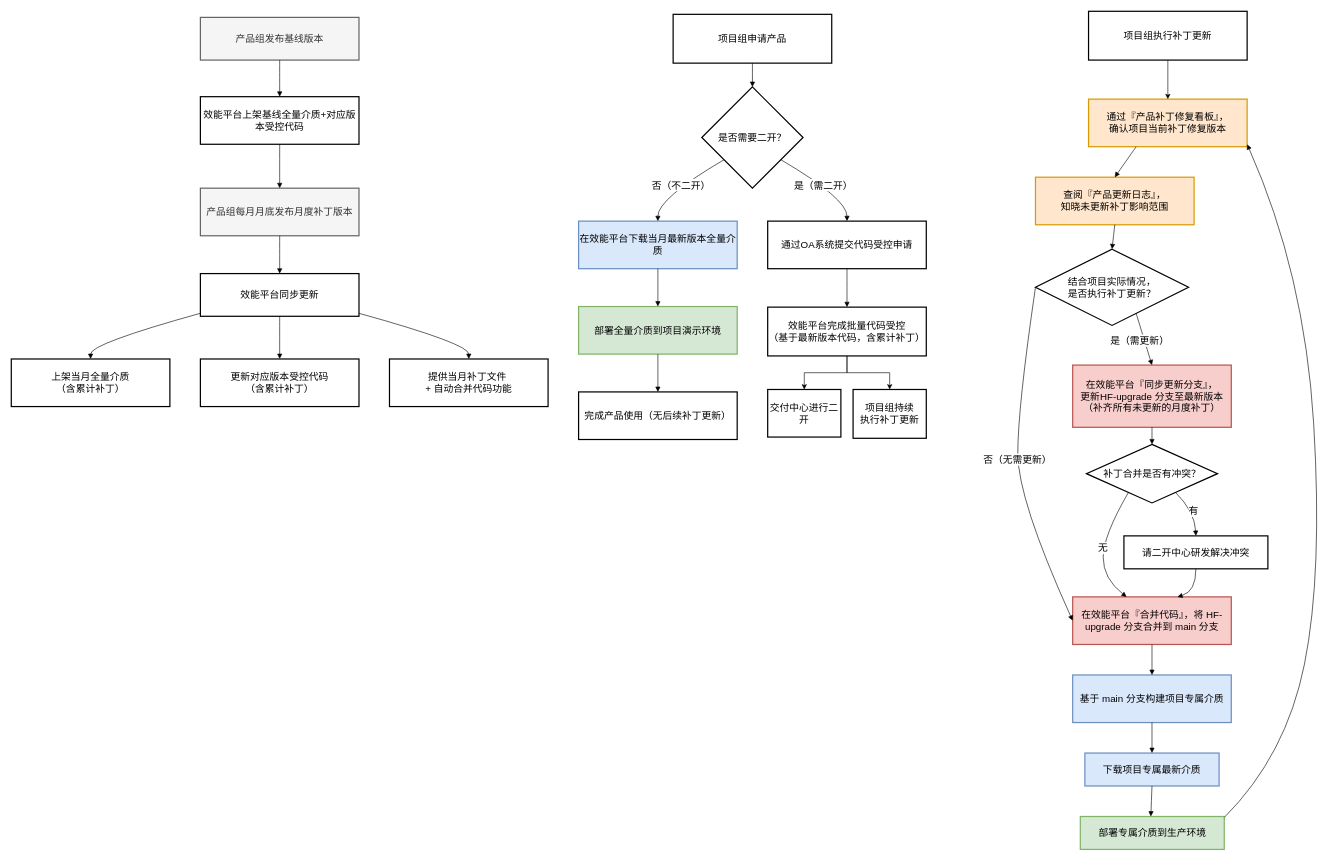
Before: 补丁流程.drawio in DeanYan92/public, a draw.io diagram. Source tidied: cells renumbered, new cells numbered last; positions are measured from the earlier drawing's top-left corner, leaving out a move shared by most shapes. Both pictures are drawn from the tidied source at 61%, with x=0, y=0 at pixel (11, 11).
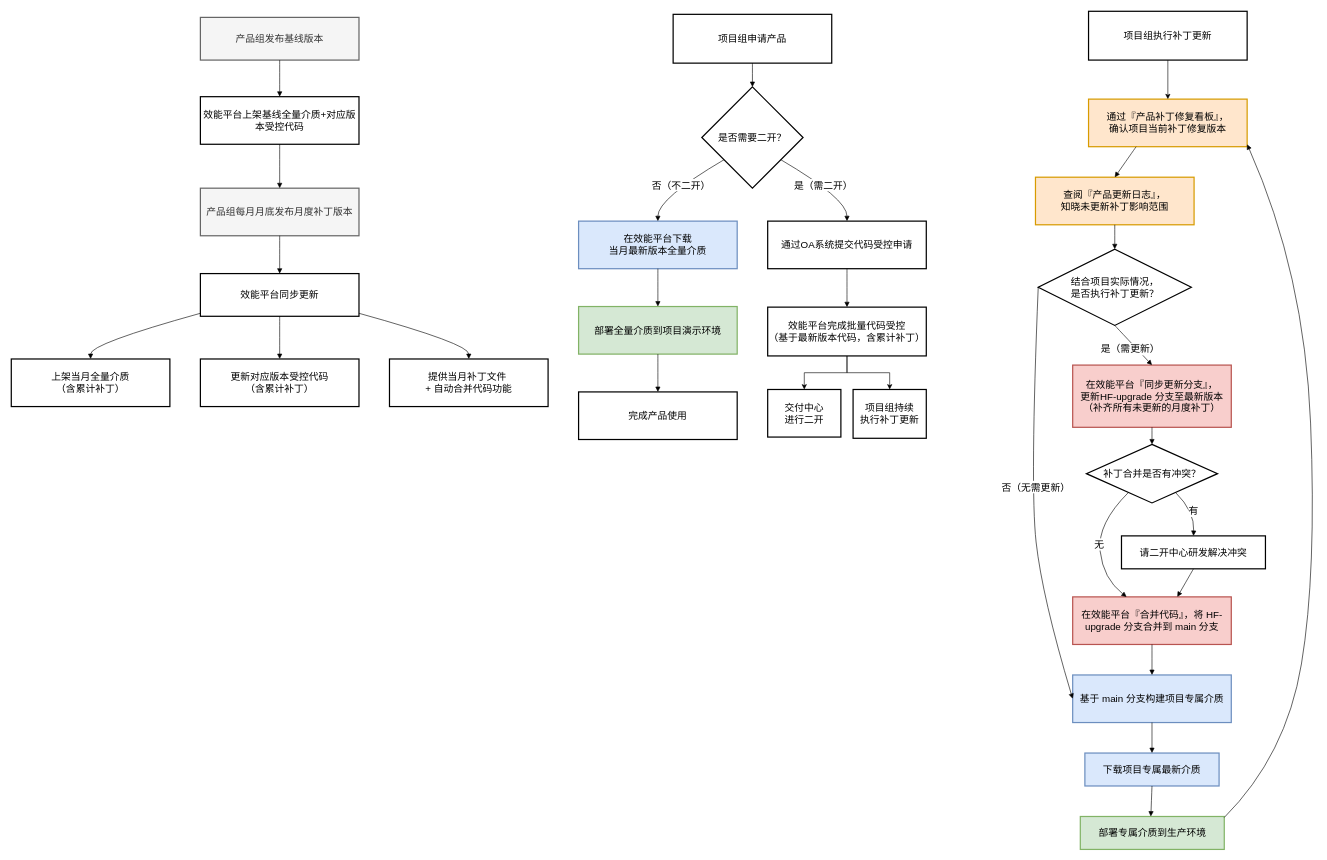
The same page after the edit.

Commit message:
更新补丁流程.drawio

The change refers to these unchanged cells:
```xml
<mxCell id="18" value="通过『产品补丁修复看板』，&#10;确认项目当前补丁修复版本" style="whiteSpace=wrap;strokeWidth=2;fillColor=#ffe6cc;strokeColor=#d79b00;fontSize=16;" parent="1" vertex="1">
  <mxGeometry x="1766" y="144" width="260" height="78" as="geometry" />
</mxCell>
<mxCell id="21" value="在效能平台『同步更新分支』，&#10;更新HF-upgrade 分支至最新版本（补齐所有未更新的月度补丁）" style="whiteSpace=wrap;strokeWidth=2;fillColor=#f8cecc;strokeColor=#b85450;fontSize=16;" parent="1" vertex="1">
  <mxGeometry x="1740" y="580" width="260" height="102" as="geometry" />
</mxCell>
<mxCell id="22" value="部署专属介质到生产环境" style="whiteSpace=wrap;strokeWidth=2;fillColor=#d5e8d4;strokeColor=#82b366;fontSize=16;" parent="1" vertex="1">
  <mxGeometry x="1752.5" y="1320" width="236" height="54" as="geometry" />
</mxCell>
<mxCell id="23" value="补丁合并是否有冲突？" style="rhombus;strokeWidth=2;whiteSpace=wrap;fontSize=16;" parent="1" vertex="1">
  <mxGeometry x="1762.5" y="710" width="215" height="96" as="geometry" />
</mxCell>
<mxCell id="24" value="在效能平台『合并代码』，将 HF-upgrade 分支合并到 main 分支" style="whiteSpace=wrap;strokeWidth=2;fillColor=#f8cecc;strokeColor=#b85450;fontSize=16;" parent="1" vertex="1">
  <mxGeometry x="1740" y="960" width="260" height="78" as="geometry" />
</mxCell>
<mxCell id="26" value="基于 main 分支构建项目专属介质" style="whiteSpace=wrap;strokeWidth=2;fillColor=#dae8fc;strokeColor=#6c8ebf;fontSize=16;" parent="1" vertex="1">
  <mxGeometry x="1740" y="1088" width="260" height="78" as="geometry" />
</mxCell>
```

Diff of the diagram source:
```diff
@@
-    <mxCell id="11" value="在效能平台下载当月最新版本全量介质" style="whiteSpace=wrap;strokeWidth=2;fillColor=#dae8fc;strokeColor=#6c8ebf;fontSize=16;" parent="1" vertex="1">
+    <mxCell id="11" value="在效能平台下载&#10;当月最新版本全量介质" style="whiteSpace=wrap;strokeWidth=2;fillColor=#dae8fc;strokeColor=#6c8ebf;fontSize=16;" parent="1" vertex="1">
       <mxGeometry x="930" y="344" width="260" height="78" as="geometry" />
     </mxCell>
@@
-    <mxCell id="13" value="完成产品使用（无后续补丁更新）" style="whiteSpace=wrap;strokeWidth=2;fontSize=16;" parent="1" vertex="1">
+    <mxCell id="13" value="完成产品使用" style="whiteSpace=wrap;strokeWidth=2;fontSize=16;" parent="1" vertex="1">
       <mxGeometry x="930" y="624" width="260" height="78" as="geometry" />
     </mxCell>
@@
     <mxCell id="20" value="结合项目实际情况，&#10;是否执行补丁更新？" style="rhombus;strokeWidth=2;whiteSpace=wrap;fontSize=16;" parent="1" vertex="1">
-      <mxGeometry x="1679" y="390" width="251" height="125" as="geometry" />
+      <mxGeometry x="1683.5" y="390" width="251" height="125" as="geometry" />
     </mxCell>
@@
     <mxCell id="25" value="请二开中心研发解决冲突" style="whiteSpace=wrap;strokeWidth=2;fontSize=16;" parent="1" vertex="1">
-      <mxGeometry x="1824" y="860" width="236" height="54" as="geometry" />
+      <mxGeometry x="1820" y="860" width="236" height="54" as="geometry" />
     </mxCell>
@@
-    <mxCell id="42" value="是（需更新）" style="curved=1;startArrow=none;endArrow=block;exitX=0.73;exitY=1;entryX=0.5;entryY=0;rounded=0;fontSize=16;" parent="1" edge="1" source="20" target="21">
+    <mxCell id="42" value="是（需更新）" style="curved=1;startArrow=none;endArrow=block;exitX=0.5;exitY=1;entryX=0.5;entryY=0;rounded=0;fontSize=16;exitDx=0;exitDy=0;" parent="1" edge="1" source="20" target="21">
       <mxGeometry y="-7" relative="1" as="geometry" />
     </mxCell>
@@
     <mxCell id="44" value="无" style="curved=1;startArrow=none;endArrow=block;exitX=0.22;exitY=1;entryX=0.34;entryY=0;rounded=0;fontSize=16;" parent="1" edge="1" source="23" target="24">
       <mxGeometry relative="1" as="geometry">
         <Array as="points">
-          <mxPoint x="1790" y="860" />
+          <mxPoint x="1780" y="840" />
           <mxPoint x="1790" y="930" />
         </Array>
       </mxGeometry>
     </mxCell>
@@
     <mxCell id="46" style="curved=1;startArrow=none;endArrow=block;exitX=0.5;exitY=1;entryX=0.66;entryY=0;rounded=0;fontSize=16;" parent="1" edge="1" source="25" target="24">
-      <mxGeometry relative="1" as="geometry">
-        <Array as="points">
-          <mxPoint x="1942" y="951" />
-        </Array>
-      </mxGeometry>
+      <mxGeometry relative="1" as="geometry" />
     </mxCell>
@@
     <mxCell id="50" style="curved=1;startArrow=none;endArrow=block;exitX=1;exitY=0.03;entryX=1;entryY=0.95;rounded=0;fontSize=16;" parent="1" edge="1" source="22" target="18">
       <mxGeometry relative="1" as="geometry">
         <Array as="points">
           <mxPoint x="2090" y="1220" />
-          <mxPoint x="2150" y="920" />
+          <mxPoint x="2140" y="920" />
           <mxPoint x="2120" y="430" />
         </Array>
       </mxGeometry>
     </mxCell>
-    <mxCell id="51" value="交付中心进行二开" style="whiteSpace=wrap;strokeWidth=2;fontSize=16;" parent="1" vertex="1">
+    <mxCell id="51" value="交付中心&#10;进行二开" style="whiteSpace=wrap;strokeWidth=2;fontSize=16;" parent="1" vertex="1">
       <mxGeometry x="1240" y="620" width="120" height="78" as="geometry" />
     </mxCell>
@@
-    <mxCell id="54" value="否（无需更新）" style="curved=1;startArrow=none;endArrow=block;exitX=0;exitY=0.5;entryX=0;entryY=0.5;rounded=0;fontSize=16;exitDx=0;exitDy=0;entryDx=0;entryDy=0;" parent="1" edge="1" source="20" target="24">
-      <mxGeometry relative="1" as="geometry">
+    <mxCell id="54" value="否（无需更新）" style="curved=1;startArrow=none;endArrow=block;exitX=0;exitY=0.5;entryX=0;entryY=0.5;rounded=0;fontSize=16;exitDx=0;exitDy=0;entryDx=0;entryDy=0;" parent="1" edge="1" source="20" target="26">
+      <mxGeometry x="-0.04" y="10" relative="1" as="geometry">
         <Array as="points">
-          <mxPoint x="1650" y="650" />
-          <mxPoint x="1650" y="800" />
+          <mxPoint x="1670" y="780" />
+          <mxPoint x="1690" y="960" />
         </Array>
       </mxGeometry>
     </mxCell>
```
